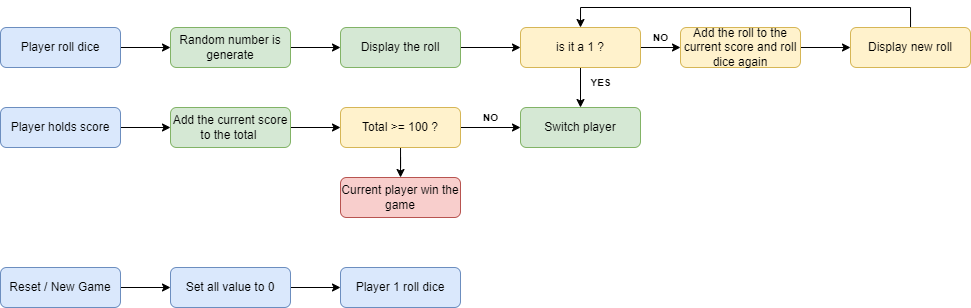
The draw.io diagram Evaluation/Boucle de gameplay.png in Lamasauvage/-JAVASCRIPT-Evaluation-STUDI---ADAM-GUILLAUME, before a commit. Source tidied: cells renumbered, new cells last; positions are measured from the earlier drawing's top-left corner, leaving out a move shared by most shapes. Source of this version:
```xml
<mxGraphModel background="#FFFFFF">
  <root>
    <mxCell id="0" />
    <mxCell id="1" parent="0" />
    <mxCell id="2" style="edgeStyle=orthogonalEdgeStyle;rounded=0;jettySize=auto;html=1;" parent="1" edge="1" source="3" target="5">
      <mxGeometry relative="1" as="geometry" />
    </mxCell>
    <mxCell id="3" value="Player roll dice" style="rounded=1;whiteSpace=wrap;html=1;fontSize=12;glass=0;strokeWidth=1;shadow=0;fillColor=#dae8fc;strokeColor=#6c8ebf;" parent="1" vertex="1">
      <mxGeometry y="20" width="120" height="40" as="geometry" />
    </mxCell>
    <mxCell id="4" style="edgeStyle=orthogonalEdgeStyle;rounded=0;jettySize=auto;html=1;" parent="1" edge="1" source="5" target="7">
      <mxGeometry relative="1" as="geometry" />
    </mxCell>
    <mxCell id="5" value="Random number is generate" style="rounded=1;whiteSpace=wrap;html=1;fontSize=12;glass=0;strokeWidth=1;shadow=0;fillColor=#d5e8d4;strokeColor=#82b366;" parent="1" vertex="1">
      <mxGeometry x="170" y="20" width="120" height="40" as="geometry" />
    </mxCell>
    <mxCell id="6" style="edgeStyle=orthogonalEdgeStyle;rounded=0;jettySize=auto;html=1;" parent="1" edge="1" source="7" target="12">
      <mxGeometry relative="1" as="geometry" />
    </mxCell>
    <mxCell id="7" value="Display the roll" style="rounded=1;whiteSpace=wrap;html=1;fontSize=12;glass=0;strokeWidth=1;shadow=0;fillColor=#d5e8d4;strokeColor=#82b366;" parent="1" vertex="1">
      <mxGeometry x="340" y="20" width="120" height="40" as="geometry" />
    </mxCell>
    <mxCell id="8" style="edgeStyle=orthogonalEdgeStyle;rounded=0;jettySize=auto;html=1;fontSize=8;" parent="1" edge="1" source="9" target="16">
      <mxGeometry relative="1" as="geometry" />
    </mxCell>
    <mxCell id="9" value="Player holds score" style="rounded=1;whiteSpace=wrap;html=1;fontSize=12;glass=0;strokeWidth=1;shadow=0;fillColor=#dae8fc;strokeColor=#6c8ebf;" parent="1" vertex="1">
      <mxGeometry y="100" width="120" height="40" as="geometry" />
    </mxCell>
    <mxCell id="10" style="edgeStyle=orthogonalEdgeStyle;rounded=0;jettySize=auto;html=1;" parent="1" edge="1" source="12" target="13">
      <mxGeometry relative="1" as="geometry" />
    </mxCell>
    <mxCell id="11" style="edgeStyle=orthogonalEdgeStyle;rounded=0;jettySize=auto;html=1;fontSize=10;" parent="1" edge="1" source="12" target="28">
      <mxGeometry relative="1" as="geometry" />
    </mxCell>
    <mxCell id="12" value="is it a 1 ?" style="rounded=1;whiteSpace=wrap;html=1;fontSize=12;glass=0;strokeWidth=1;shadow=0;fillColor=#fff2cc;strokeColor=#d6b656;" parent="1" vertex="1">
      <mxGeometry x="520" y="20" width="120" height="40" as="geometry" />
    </mxCell>
    <mxCell id="13" value="Switch player" style="rounded=1;whiteSpace=wrap;html=1;fontSize=12;glass=0;strokeWidth=1;shadow=0;fillColor=#d5e8d4;strokeColor=#82b366;" parent="1" vertex="1">
      <mxGeometry x="520" y="100" width="120" height="40" as="geometry" />
    </mxCell>
    <mxCell id="14" value="&lt;font size=&quot;1&quot; style=&quot;&quot;&gt;&lt;b style=&quot;&quot;&gt;YES&lt;/b&gt;&lt;/font&gt;" style="text;html=1;align=center;verticalAlign=middle;strokeColor=none;fillColor=none;" parent="1" vertex="1">
      <mxGeometry x="580" y="60" width="40" height="30" as="geometry" />
    </mxCell>
    <mxCell id="15" style="edgeStyle=orthogonalEdgeStyle;rounded=0;jettySize=auto;html=1;fontSize=8;" parent="1" edge="1" source="16" target="24">
      <mxGeometry relative="1" as="geometry" />
    </mxCell>
    <mxCell id="16" value="Add the current score to the total&amp;nbsp;" style="rounded=1;whiteSpace=wrap;html=1;fontSize=12;glass=0;strokeWidth=1;shadow=0;fillColor=#d5e8d4;strokeColor=#82b366;" parent="1" vertex="1">
      <mxGeometry x="170" y="100" width="120" height="40" as="geometry" />
    </mxCell>
    <mxCell id="17" style="edgeStyle=orthogonalEdgeStyle;rounded=0;jettySize=auto;html=1;fontSize=8;" parent="1" edge="1" source="18" target="20">
      <mxGeometry relative="1" as="geometry" />
    </mxCell>
    <mxCell id="18" value="Reset / New Game" style="rounded=1;whiteSpace=wrap;html=1;fontSize=12;glass=0;strokeWidth=1;shadow=0;fillColor=#dae8fc;strokeColor=#6c8ebf;" parent="1" vertex="1">
      <mxGeometry y="260" width="120" height="40" as="geometry" />
    </mxCell>
    <mxCell id="19" style="edgeStyle=orthogonalEdgeStyle;rounded=0;jettySize=auto;html=1;fontSize=8;" parent="1" edge="1" source="20" target="21">
      <mxGeometry relative="1" as="geometry" />
    </mxCell>
    <mxCell id="20" value="Set all value to 0" style="rounded=1;whiteSpace=wrap;html=1;fontSize=12;glass=0;strokeWidth=1;shadow=0;fillColor=#dae8fc;strokeColor=#6c8ebf;" parent="1" vertex="1">
      <mxGeometry x="170" y="260" width="120" height="40" as="geometry" />
    </mxCell>
    <mxCell id="21" value="Player 1 roll dice" style="rounded=1;whiteSpace=wrap;html=1;fontSize=12;glass=0;strokeWidth=1;shadow=0;fillColor=#dae8fc;strokeColor=#6c8ebf;" parent="1" vertex="1">
      <mxGeometry x="340" y="260" width="120" height="40" as="geometry" />
    </mxCell>
    <mxCell id="22" style="edgeStyle=orthogonalEdgeStyle;rounded=0;jettySize=auto;html=1;fontSize=8;" parent="1" edge="1" source="24" target="13">
      <mxGeometry relative="1" as="geometry" />
    </mxCell>
    <mxCell id="23" style="edgeStyle=orthogonalEdgeStyle;rounded=0;jettySize=auto;html=1;fontSize=10;" parent="1" edge="1" source="24" target="26">
      <mxGeometry relative="1" as="geometry" />
    </mxCell>
    <mxCell id="24" value="Total &amp;gt;= 100 ?" style="rounded=1;whiteSpace=wrap;html=1;fontSize=12;glass=0;strokeWidth=1;shadow=0;fillColor=#fff2cc;strokeColor=#d6b656;" parent="1" vertex="1">
      <mxGeometry x="340" y="100" width="120" height="40" as="geometry" />
    </mxCell>
    <mxCell id="25" value="&lt;b&gt;&lt;font style=&quot;font-size: 10px;&quot;&gt;NO&lt;/font&gt;&lt;/b&gt;" style="text;html=1;align=center;verticalAlign=middle;strokeColor=none;fillColor=none;fontSize=8;" parent="1" vertex="1">
      <mxGeometry x="470" y="95" width="40" height="30" as="geometry" />
    </mxCell>
    <mxCell id="26" value="Current player win the game" style="rounded=1;whiteSpace=wrap;html=1;fontSize=12;glass=0;strokeWidth=1;shadow=0;fillColor=#f8cecc;strokeColor=#b85450;" parent="1" vertex="1">
      <mxGeometry x="340" y="170" width="120" height="40" as="geometry" />
    </mxCell>
    <mxCell id="27" style="edgeStyle=orthogonalEdgeStyle;rounded=0;jettySize=auto;html=1;fontSize=10;" parent="1" edge="1" source="28" target="30">
      <mxGeometry relative="1" as="geometry" />
    </mxCell>
    <mxCell id="28" value="Add the roll to the current score and roll dice again" style="rounded=1;whiteSpace=wrap;html=1;fontSize=12;glass=0;strokeWidth=1;shadow=0;fillColor=#fff2cc;strokeColor=#d6b656;" parent="1" vertex="1">
      <mxGeometry x="680" y="20" width="120" height="40" as="geometry" />
    </mxCell>
    <mxCell id="29" style="edgeStyle=orthogonalEdgeStyle;rounded=0;jettySize=auto;html=1;entryX=0.5;entryY=0;entryDx=0;entryDy=0;fontSize=10;" parent="1" edge="1" source="30" target="12">
      <mxGeometry relative="1" as="geometry">
        <Array as="points">
          <mxPoint x="910" />
          <mxPoint x="580" />
        </Array>
      </mxGeometry>
    </mxCell>
    <mxCell id="30" value="Display new roll" style="rounded=1;whiteSpace=wrap;html=1;fontSize=12;glass=0;strokeWidth=1;shadow=0;fillColor=#fff2cc;strokeColor=#d6b656;" parent="1" vertex="1">
      <mxGeometry x="850" y="20" width="120" height="40" as="geometry" />
    </mxCell>
    <mxCell id="31" value="&lt;b&gt;NO&lt;/b&gt;" style="text;html=1;align=center;verticalAlign=middle;strokeColor=none;fillColor=none;fontSize=10;" parent="1" vertex="1">
      <mxGeometry x="640" y="15" width="40" height="30" as="geometry" />
    </mxCell>
  </root>
</mxGraphModel>
```
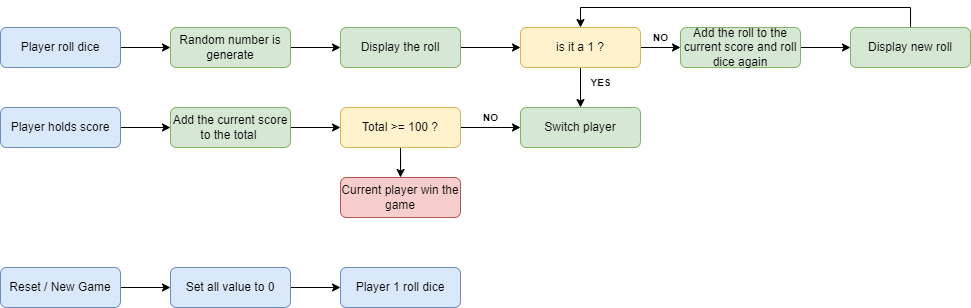
The same file after the commit.

The edit, as a diff of the source:
```diff
@@ -80,7 +80,7 @@
     <mxCell id="27" style="edgeStyle=orthogonalEdgeStyle;rounded=0;jettySize=auto;html=1;fontSize=10;" parent="1" edge="1" source="28" target="30">
       <mxGeometry relative="1" as="geometry" />
     </mxCell>
-    <mxCell id="28" value="Add the roll to the current score and roll dice again" style="rounded=1;whiteSpace=wrap;html=1;fontSize=12;glass=0;strokeWidth=1;shadow=0;fillColor=#fff2cc;strokeColor=#d6b656;" parent="1" vertex="1">
+    <mxCell id="28" value="Add the roll to the current score and roll dice again" style="rounded=1;whiteSpace=wrap;html=1;fontSize=12;glass=0;strokeWidth=1;shadow=0;fillColor=#d5e8d4;strokeColor=#82b366;" parent="1" vertex="1">
       <mxGeometry x="680" y="20" width="120" height="40" as="geometry" />
     </mxCell>
     <mxCell id="29" style="edgeStyle=orthogonalEdgeStyle;rounded=0;jettySize=auto;html=1;entryX=0.5;entryY=0;entryDx=0;entryDy=0;fontSize=10;" parent="1" edge="1" source="30" target="12">
@@ -91,7 +91,7 @@
         </Array>
       </mxGeometry>
     </mxCell>
-    <mxCell id="30" value="Display new roll" style="rounded=1;whiteSpace=wrap;html=1;fontSize=12;glass=0;strokeWidth=1;shadow=0;fillColor=#fff2cc;strokeColor=#d6b656;" parent="1" vertex="1">
+    <mxCell id="30" value="Display new roll" style="rounded=1;whiteSpace=wrap;html=1;fontSize=12;glass=0;strokeWidth=1;shadow=0;fillColor=#d5e8d4;strokeColor=#82b366;" parent="1" vertex="1">
       <mxGeometry x="850" y="20" width="120" height="40" as="geometry" />
     </mxCell>
     <mxCell id="31" value="&lt;b&gt;NO&lt;/b&gt;" style="text;html=1;align=center;verticalAlign=middle;strokeColor=none;fillColor=none;fontSize=10;" parent="1" vertex="1">
```
